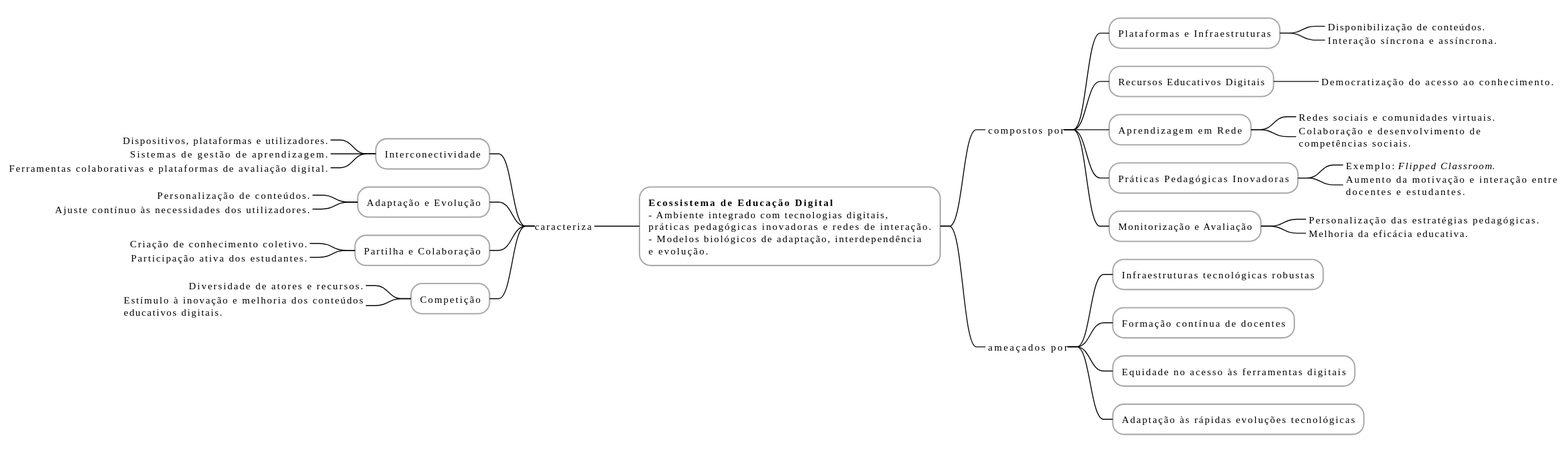
Above: 01_sociedade_em_rede_e_educacao_digital/figures/01_04_a_inovacao_em_educacao_digital.svg in amgs/pged (PlantUML), before the change. Source of this version:
```plantuml
@startmindmap 01_04_a_inovacao_em_educacao_digital
!define LIGHTBLUE
!includeurl https://gist.githubusercontent.com/amgs/de57560012a8a5f0e4240f392b678a40/raw/c903c6b4f16b60b5eef3248f093497faae378f51/style.puml

*:**Ecossistema de Educação Digital**
- Ambiente integrado com tecnologias digitais,
práticas pedagógicas inovadoras e redes de interação.
- Modelos biológicos de adaptação, interdependência
e evolução.;

left side

**_ caracteriza
*** Interconectividade
****_ Dispositivos, plataformas e utilizadores.
****_ Sistemas de gestão de aprendizagem.
****_ Ferramentas colaborativas e plataformas de avaliação digital.
*** Adaptação e Evolução
****_ Personalização de conteúdos.
****_ Ajuste contínuo às necessidades dos utilizadores.
*** Partilha e Colaboração
****_ Criação de conhecimento coletivo.
****_ Participação ativa dos estudantes.
*** Competição
****_ Diversidade de atores e recursos.
****_:Estímulo à inovação e melhoria dos conteúdos
educativos digitais.;

right side

**_ compostos por
*** Plataformas e Infraestruturas
****_ Disponibilização de conteúdos.
****_ Interação síncrona e assíncrona.
*** Recursos Educativos Digitais
****_ Democratização do acesso ao conhecimento.
*** Aprendizagem em Rede
****_ Redes sociais e comunidades virtuais.
****_:Colaboração e desenvolvimento de
competências sociais.;
*** Práticas Pedagógicas Inovadoras
****_ Exemplo: //Flipped Classroom//.
****_:Aumento da motivação e interação entre
docentes e estudantes.;
*** Monitorização e Avaliação
****_ Personalização das estratégias pedagógicas.
****_ Melhoria da eficácia educativa.

**_ ameaçados por
*** Infraestruturas tecnológicas robustas
*** Formação contínua de docentes
*** Equidade no acesso às ferramentas digitais
*** Adaptação às rápidas evoluções tecnológicas
@endmindmap
```
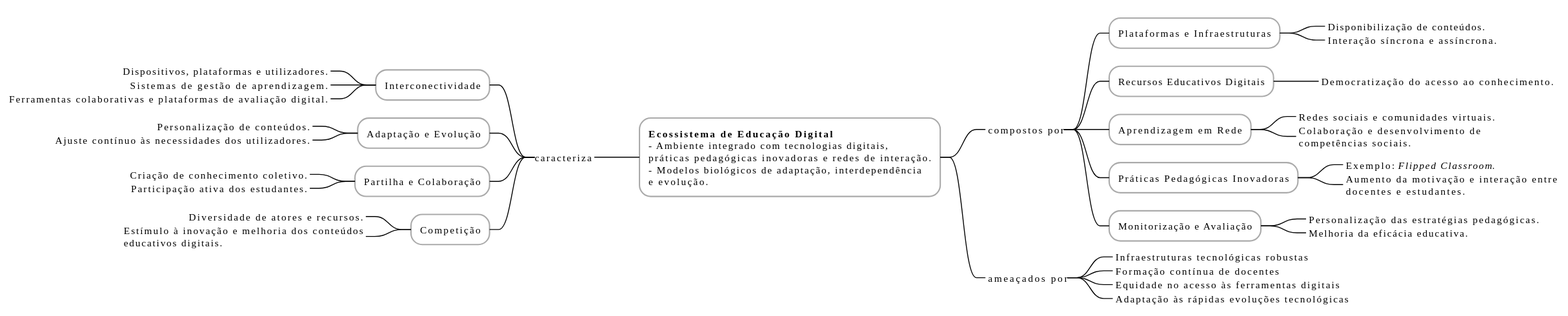
The same file after the commit.

What changed in the source:
```diff
@@ -47,8 +47,8 @@
 ****_ Melhoria da eficácia educativa.
 
 **_ ameaçados por
-*** Infraestruturas tecnológicas robustas
-*** Formação contínua de docentes
-*** Equidade no acesso às ferramentas digitais
-*** Adaptação às rápidas evoluções tecnológicas
+***_ Infraestruturas tecnológicas robustas
+***_ Formação contínua de docentes
+***_ Equidade no acesso às ferramentas digitais
+***_ Adaptação às rápidas evoluções tecnológicas
 @endmindmap
```
